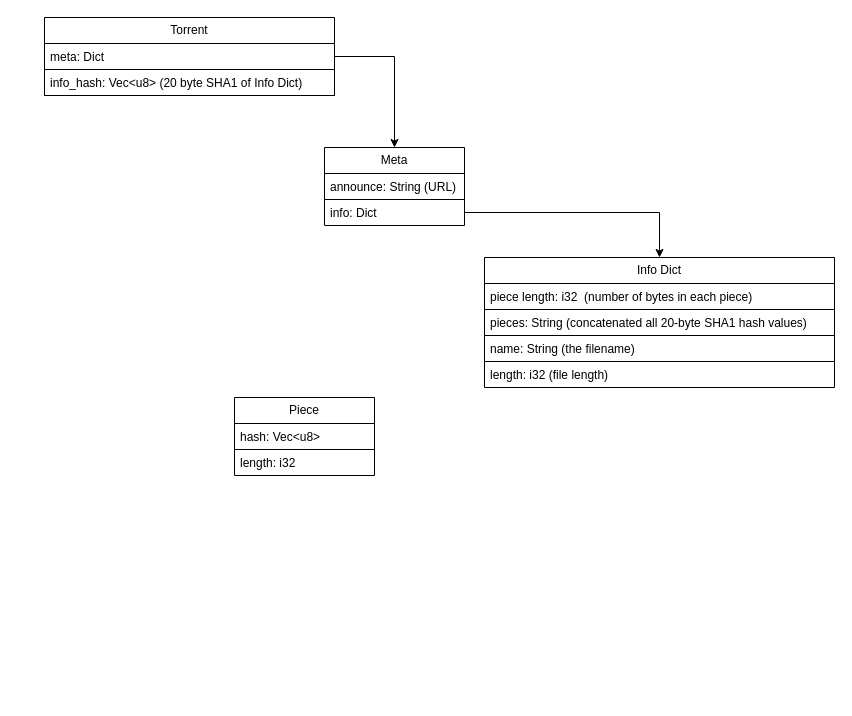
The draw.io diagram BitTorrent.drawio in dimerz-tech/draw.io, before the edit. Source tidied: cells renumbered, new cells numbered last; positions are measured from the earlier drawing's top-left corner, leaving out a move shared by most shapes. Both pictures are drawn from the tidied source at 100%, with x=0, y=0 at pixel (44, 17).
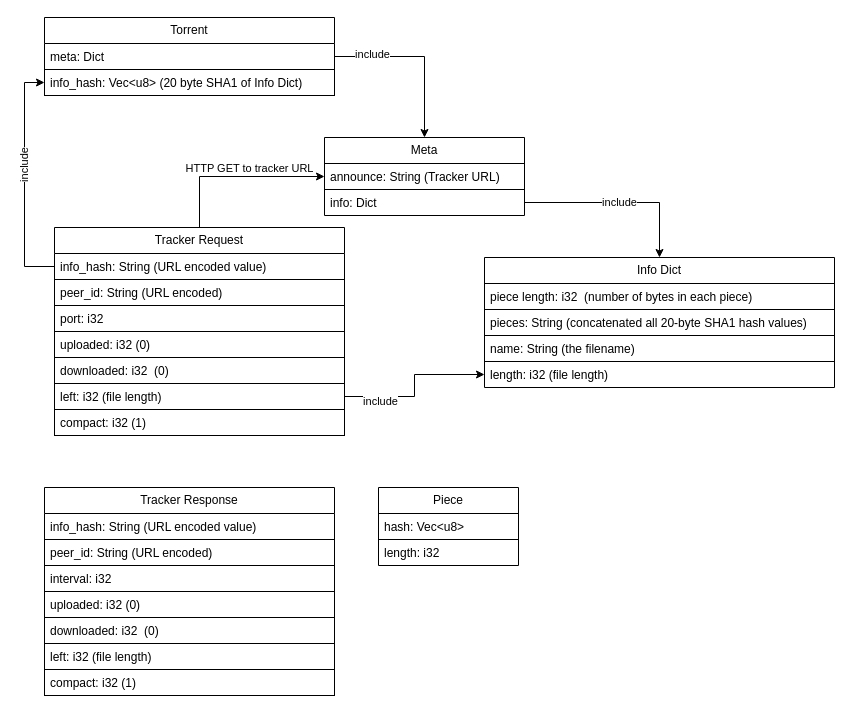
The same diagram, later.

The change refers to these unchanged cells:
```xml
<mxCell id="5" value="Info Dict" style="swimlane;fontStyle=0;horizontal=1;startSize=26;fillColor=none;whiteSpace=wrap;html=1;" parent="1" vertex="1">
  <mxGeometry x="440" y="240" width="350" height="130" as="geometry" />
</mxCell>
<mxCell id="9" value="length: i32 (file length)" style="text;strokeColor=none;fillColor=none;align=left;verticalAlign=top;spacingLeft=4;spacingRight=4;overflow=hidden;points=[[0,0.5],[1,0.5]];portConstraint=eastwest;whiteSpace=wrap;html=1;" parent="5" vertex="1">
  <mxGeometry y="104" width="350" height="26" as="geometry" />
</mxCell>
<mxCell id="16" value="info_hash: Vec&amp;lt;u8&amp;gt; (20 byte SHA1 of Info Dict)&amp;nbsp;" style="text;strokeColor=default;fillColor=none;align=left;verticalAlign=top;spacingLeft=4;spacingRight=4;overflow=hidden;points=[[0,0.5],[1,0.5]];portConstraint=eastwest;whiteSpace=wrap;html=1;" parent="14" vertex="1">
  <mxGeometry y="52" width="290" height="26" as="geometry" />
</mxCell>
<mxCell id="17" style="edgeStyle=orthogonalEdgeStyle;rounded=0;jettySize=auto;html=1;entryX=0.5;entryY=0;entryDx=0;entryDy=0;" parent="1" edge="1" source="15" target="2">
  <mxGeometry relative="1" as="geometry" />
</mxCell>
```

The edit, as a diff of the source:
```diff
@@
     <mxCell id="2" value="Meta" style="swimlane;fontStyle=0;horizontal=1;startSize=26;fillColor=none;whiteSpace=wrap;html=1;" parent="1" vertex="1">
-      <mxGeometry x="280" y="130" width="140" height="78" as="geometry" />
+      <mxGeometry x="280" y="120" width="200" height="78" as="geometry" />
     </mxCell>
-    <mxCell id="3" value="announce: String (URL)" style="text;strokeColor=default;fillColor=none;align=left;verticalAlign=top;spacingLeft=4;spacingRight=4;overflow=hidden;points=[[0,0.5],[1,0.5]];portConstraint=eastwest;whiteSpace=wrap;html=1;" parent="2" vertex="1">
-      <mxGeometry y="26" width="140" height="26" as="geometry" />
+    <mxCell id="3" value="announce: String (Tracker URL)" style="text;strokeColor=default;fillColor=none;align=left;verticalAlign=top;spacingLeft=4;spacingRight=4;overflow=hidden;points=[[0,0.5],[1,0.5]];portConstraint=eastwest;whiteSpace=wrap;html=1;" parent="2" vertex="1">
+      <mxGeometry y="26" width="200" height="26" as="geometry" />
     </mxCell>
     <mxCell id="4" value="info: Dict" style="text;strokeColor=none;fillColor=none;align=left;verticalAlign=top;spacingLeft=4;spacingRight=4;overflow=hidden;points=[[0,0.5],[1,0.5]];portConstraint=eastwest;whiteSpace=wrap;html=1;" parent="2" vertex="1">
-      <mxGeometry y="52" width="140" height="26" as="geometry" />
+      <mxGeometry y="52" width="200" height="26" as="geometry" />
     </mxCell>
@@
-    <mxCell id="10" style="edgeStyle=orthogonalEdgeStyle;rounded=0;jettySize=auto;html=1;entryX=0.5;entryY=0;entryDx=0;entryDy=0;" parent="1" edge="1" source="4" target="5">
+    <mxCell id="10" value="include" style="edgeStyle=orthogonalEdgeStyle;rounded=0;jettySize=auto;html=1;entryX=0.5;entryY=0;entryDx=0;entryDy=0;" parent="1" edge="1" source="4" target="5">
       <mxGeometry relative="1" as="geometry" />
     </mxCell>
     <mxCell id="11" value="Piece" style="swimlane;fontStyle=0;horizontal=1;startSize=26;fillColor=none;whiteSpace=wrap;html=1;" parent="1" vertex="1">
-      <mxGeometry x="190" y="380" width="140" height="78" as="geometry" />
+      <mxGeometry x="334" y="470" width="140" height="78" as="geometry" />
     </mxCell>
@@
+    <mxCell id="18" value="include" style="edgeLabel;html=1;align=center;verticalAlign=middle;" parent="17" vertex="1">
+      <mxGeometry x="-0.57" y="3" relative="1" as="geometry" />
+    </mxCell>
+    <mxCell id="19" style="edgeStyle=orthogonalEdgeStyle;rounded=0;jettySize=auto;html=1;entryX=0;entryY=0.5;entryDx=0;entryDy=0;" parent="1" edge="1" source="21" target="3">
+      <mxGeometry relative="1" as="geometry" />
+    </mxCell>
+    <mxCell id="20" value="HTTP GET to tracker URL" style="edgeLabel;html=1;align=center;verticalAlign=middle;" parent="19" vertex="1">
+      <mxGeometry x="-0.19" y="-2" relative="1" as="geometry">
+        <mxPoint x="29" y="-11" as="offset" />
+      </mxGeometry>
+    </mxCell>
+    <mxCell id="21" value="Tracker Request" style="swimlane;fontStyle=0;horizontal=1;startSize=26;fillColor=none;whiteSpace=wrap;html=1;" parent="1" vertex="1">
+      <mxGeometry x="10" y="210" width="290" height="208" as="geometry" />
+    </mxCell>
+    <mxCell id="22" value="info_hash: String (URL encoded value)" style="text;strokeColor=none;fillColor=none;align=left;verticalAlign=top;spacingLeft=4;spacingRight=4;overflow=hidden;points=[[0,0.5],[1,0.5]];portConstraint=eastwest;whiteSpace=wrap;html=1;labelBorderColor=none;" parent="21" vertex="1">
+      <mxGeometry y="26" width="290" height="26" as="geometry" />
+    </mxCell>
+    <mxCell id="23" value="peer_id: String (URL encoded)" style="text;strokeColor=default;fillColor=none;align=left;verticalAlign=top;spacingLeft=4;spacingRight=4;overflow=hidden;whiteSpace=wrap;html=1;" parent="21" vertex="1">
+      <mxGeometry y="52" width="290" height="26" as="geometry" />
+    </mxCell>
+    <mxCell id="24" value="port: i32" style="text;strokeColor=default;fillColor=none;align=left;verticalAlign=top;spacingLeft=4;spacingRight=4;overflow=hidden;whiteSpace=wrap;html=1;" parent="21" vertex="1">
+      <mxGeometry y="78" width="290" height="26" as="geometry" />
+    </mxCell>
+    <mxCell id="25" value="uploaded: i32 (0)" style="text;strokeColor=default;fillColor=none;align=left;verticalAlign=top;spacingLeft=4;spacingRight=4;overflow=hidden;whiteSpace=wrap;html=1;" parent="21" vertex="1">
+      <mxGeometry y="104" width="290" height="26" as="geometry" />
+    </mxCell>
+    <mxCell id="26" value="downloaded: i32 &amp;nbsp;(0)" style="text;strokeColor=default;fillColor=none;align=left;verticalAlign=top;spacingLeft=4;spacingRight=4;overflow=hidden;whiteSpace=wrap;html=1;" parent="21" vertex="1">
+      <mxGeometry y="130" width="290" height="26" as="geometry" />
+    </mxCell>
+    <mxCell id="27" value="left: i32 (file length)" style="text;strokeColor=default;fillColor=none;align=left;verticalAlign=top;spacingLeft=4;spacingRight=4;overflow=hidden;points=[[0,0.5],[1,0.5]];portConstraint=eastwest;whiteSpace=wrap;html=1;" parent="21" vertex="1">
+      <mxGeometry y="156" width="290" height="26" as="geometry" />
+    </mxCell>
+    <mxCell id="28" value="compact: i32 (1)" style="text;strokeColor=default;fillColor=none;align=left;verticalAlign=top;spacingLeft=4;spacingRight=4;overflow=hidden;whiteSpace=wrap;html=1;" parent="21" vertex="1">
+      <mxGeometry y="182" width="290" height="26" as="geometry" />
+    </mxCell>
+    <mxCell id="29" style="edgeStyle=orthogonalEdgeStyle;rounded=0;jettySize=auto;html=1;entryX=0;entryY=0.5;entryDx=0;entryDy=0;" parent="1" edge="1" source="27" target="9">
+      <mxGeometry relative="1" as="geometry" />
+    </mxCell>
+    <mxCell id="30" value="include" style="edgeLabel;html=1;align=center;verticalAlign=middle;" parent="29" vertex="1">
+      <mxGeometry x="-0.57" y="-4" relative="1" as="geometry" />
+    </mxCell>
+    <mxCell id="31" style="edgeStyle=orthogonalEdgeStyle;rounded=0;jettySize=auto;html=1;entryX=0;entryY=0.5;entryDx=0;entryDy=0;" parent="1" edge="1" source="22" target="16">
+      <mxGeometry relative="1" as="geometry" />
+    </mxCell>
+    <mxCell id="32" value="include" style="edgeLabel;html=1;align=center;verticalAlign=middle;rotation=-90;" parent="31" vertex="1">
+      <mxGeometry x="0.11" y="1" relative="1" as="geometry" />
+    </mxCell>
+    <mxCell id="33" value="Tracker Response" style="swimlane;fontStyle=0;horizontal=1;startSize=26;fillColor=none;whiteSpace=wrap;html=1;" parent="1" vertex="1">
+      <mxGeometry y="470" width="290" height="208" as="geometry" />
+    </mxCell>
+    <mxCell id="34" value="info_hash: String (URL encoded value)" style="text;strokeColor=none;fillColor=none;align=left;verticalAlign=top;spacingLeft=4;spacingRight=4;overflow=hidden;whiteSpace=wrap;html=1;labelBorderColor=none;" parent="33" vertex="1">
+      <mxGeometry y="26" width="290" height="26" as="geometry" />
+    </mxCell>
+    <mxCell id="35" value="peer_id: String (URL encoded)" style="text;strokeColor=default;fillColor=none;align=left;verticalAlign=top;spacingLeft=4;spacingRight=4;overflow=hidden;whiteSpace=wrap;html=1;" parent="33" vertex="1">
+      <mxGeometry y="52" width="290" height="26" as="geometry" />
+    </mxCell>
+    <mxCell id="36" value="interval: i32" style="text;strokeColor=default;fillColor=none;align=left;verticalAlign=top;spacingLeft=4;spacingRight=4;overflow=hidden;whiteSpace=wrap;html=1;" parent="33" vertex="1">
+      <mxGeometry y="78" width="290" height="26" as="geometry" />
+    </mxCell>
+    <mxCell id="37" value="uploaded: i32 (0)" style="text;strokeColor=default;fillColor=none;align=left;verticalAlign=top;spacingLeft=4;spacingRight=4;overflow=hidden;whiteSpace=wrap;html=1;" parent="33" vertex="1">
+      <mxGeometry y="104" width="290" height="26" as="geometry" />
+    </mxCell>
+    <mxCell id="38" value="downloaded: i32 &amp;nbsp;(0)" style="text;strokeColor=default;fillColor=none;align=left;verticalAlign=top;spacingLeft=4;spacingRight=4;overflow=hidden;whiteSpace=wrap;html=1;" parent="33" vertex="1">
+      <mxGeometry y="130" width="290" height="26" as="geometry" />
+    </mxCell>
+    <mxCell id="39" value="left: i32 (file length)" style="text;strokeColor=default;fillColor=none;align=left;verticalAlign=top;spacingLeft=4;spacingRight=4;overflow=hidden;whiteSpace=wrap;html=1;" parent="33" vertex="1">
+      <mxGeometry y="156" width="290" height="26" as="geometry" />
+    </mxCell>
+    <mxCell id="40" value="compact: i32 (1)" style="text;strokeColor=default;fillColor=none;align=left;verticalAlign=top;spacingLeft=4;spacingRight=4;overflow=hidden;whiteSpace=wrap;html=1;" parent="33" vertex="1">
+      <mxGeometry y="182" width="290" height="26" as="geometry" />
+    </mxCell>
```
